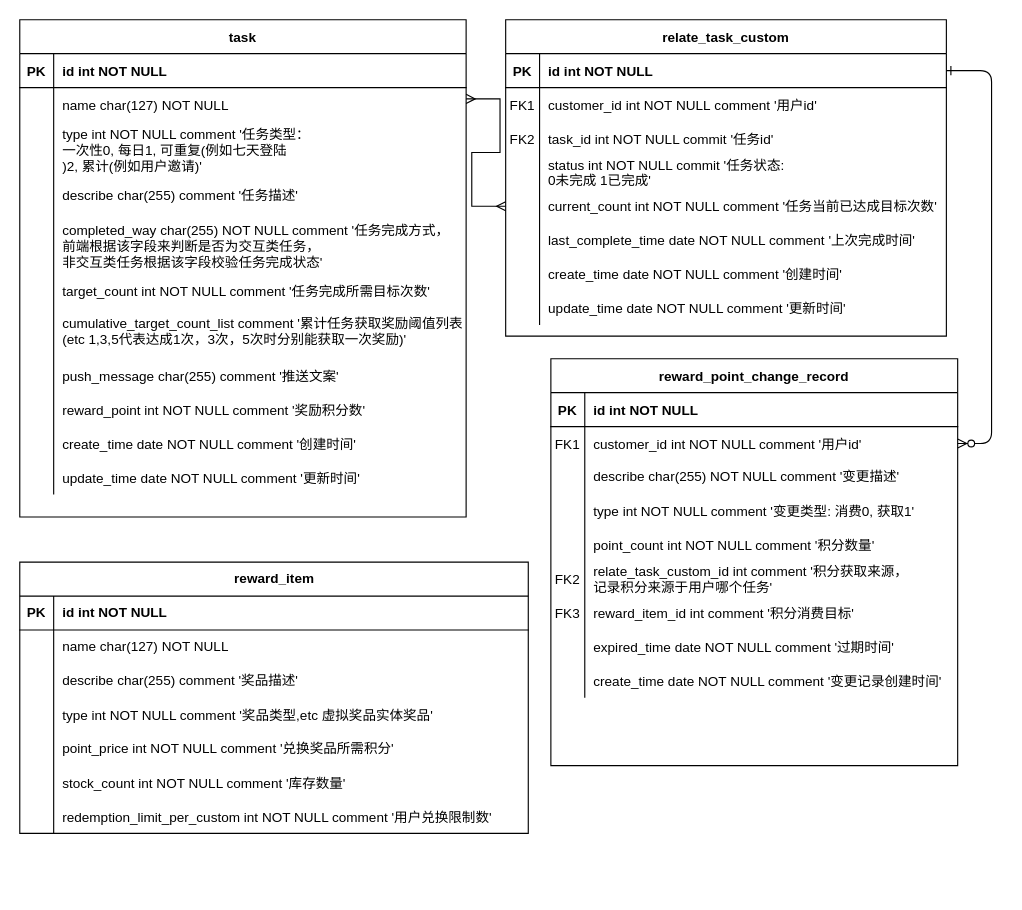
wangzuo2023/testCI keeps this draw.io diagram as 未命名绘图.drawio. Above is the earlier version. Source tidied: cells renumbered, new cells numbered last; positions are measured from the earlier drawing's top-left corner, leaving out a move shared by most shapes. Both pictures are drawn from the tidied source at 113%, with x=0, y=0 at pixel (19, 19).
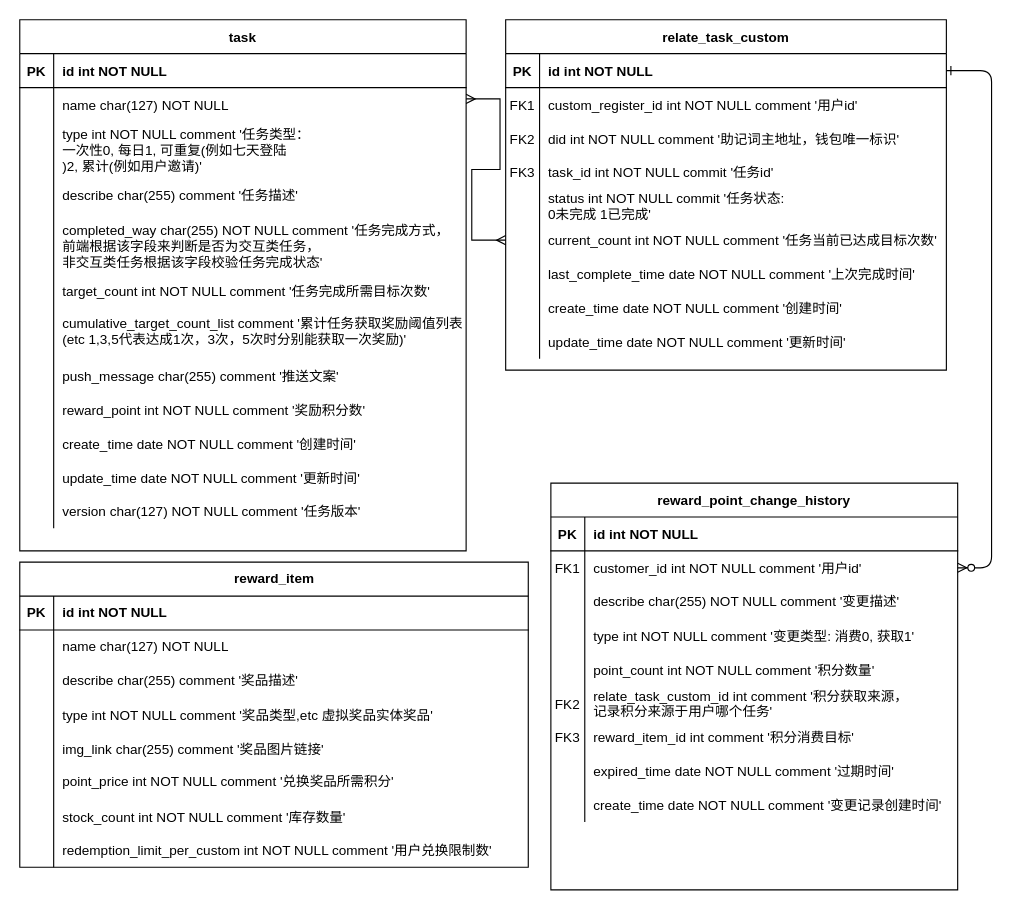
After the change.

Commit message:
更新未命名绘图.drawio

The change refers to these unchanged cells:
```xml
<mxCell id="7" style="shape=partialRectangle;fillColor=none;top=0;left=0;right=0;bottom=0;" parent="3" vertex="1">
  <mxGeometry y="60" width="390" height="30" as="geometry" />
</mxCell>
```

Diff of the diagram source:
```diff
@@
     <mxCell id="3" value="relate_task_custom" style="shape=table;startSize=30;childLayout=tableLayout;rowLines=0;fontStyle=1;align=center;" parent="1" vertex="1">
-      <mxGeometry x="430" width="390" height="280" as="geometry" />
+      <mxGeometry x="430" width="390" height="310" as="geometry" />
     </mxCell>
@@
-    <mxCell id="9" value="customer_id int NOT NULL comment '用户id'" style="shape=partialRectangle;overflow=hidden;fillColor=none;top=0;left=0;bottom=0;right=0;align=left;spacingLeft=6;" parent="7" vertex="1">
+    <mxCell id="9" value="custom_register_id int NOT NULL comment '用户id'" style="shape=partialRectangle;overflow=hidden;fillColor=none;top=0;left=0;bottom=0;right=0;align=left;spacingLeft=6;" parent="7" vertex="1">
       <mxGeometry x="30" width="360" height="30" as="geometry" />
     </mxCell>
+    <mxCell id="113" style="shape=tableRow;horizontal=0;startSize=0;swimlaneHead=0;swimlaneBody=0;fillColor=none;top=0;left=0;right=0;bottom=0;" parent="3" vertex="1">
+      <mxGeometry y="90" width="390" height="30" as="geometry" />
+    </mxCell>
+    <mxCell id="114" value="FK2" style="shape=partialRectangle;fillColor=none;top=0;left=0;bottom=0;right=0;overflow=hidden;" parent="113" vertex="1">
+      <mxGeometry width="30" height="30" as="geometry" />
+    </mxCell>
+    <mxCell id="115" value="did int NOT NULL comment '助记词主地址，钱包唯一标识'" style="shape=partialRectangle;fillColor=none;top=0;left=0;bottom=0;right=0;align=left;spacingLeft=6;overflow=hidden;" parent="113" vertex="1">
+      <mxGeometry x="30" width="360" height="30" as="geometry" />
+    </mxCell>
     <mxCell id="10" style="shape=partialRectangle;fillColor=none;top=0;left=0;right=0;bottom=0;" parent="3" vertex="1">
-      <mxGeometry y="90" width="390" height="30" as="geometry" />
+      <mxGeometry y="120" width="390" height="30" as="geometry" />
     </mxCell>
-    <mxCell id="11" value="FK2" style="shape=partialRectangle;overflow=hidden;fillColor=none;top=0;left=0;bottom=0;right=0;" parent="10" vertex="1">
+    <mxCell id="11" value="FK3" style="shape=partialRectangle;overflow=hidden;fillColor=none;top=0;left=0;bottom=0;right=0;" parent="10" vertex="1">
       <mxGeometry width="30" height="30" as="geometry" />
     </mxCell>
@@
     <mxCell id="13" style="shape=tableRow;horizontal=0;startSize=0;swimlaneHead=0;swimlaneBody=0;fillColor=none;top=0;left=0;right=0;bottom=0;" parent="3" vertex="1">
-      <mxGeometry y="120" width="390" height="30" as="geometry" />
+      <mxGeometry y="150" width="390" height="30" as="geometry" />
     </mxCell>
@@
     <mxCell id="16" style="shape=tableRow;horizontal=0;startSize=0;swimlaneHead=0;swimlaneBody=0;fillColor=none;points=[[0,0.5],[1,0.5]];portConstraint=eastwest;top=0;left=0;right=0;bottom=0;" parent="3" vertex="1">
-      <mxGeometry y="150" width="390" height="30" as="geometry" />
+      <mxGeometry y="180" width="390" height="30" as="geometry" />
     </mxCell>
@@
     <mxCell id="19" style="shape=tableRow;horizontal=0;startSize=0;swimlaneHead=0;swimlaneBody=0;fillColor=none;top=0;left=0;right=0;bottom=0;" parent="3" vertex="1">
-      <mxGeometry y="180" width="390" height="30" as="geometry" />
+      <mxGeometry y="210" width="390" height="30" as="geometry" />
     </mxCell>
@@
     <mxCell id="22" style="shape=tableRow;horizontal=0;startSize=0;swimlaneHead=0;swimlaneBody=0;fillColor=none;top=0;left=0;right=0;bottom=0;" parent="3" vertex="1">
-      <mxGeometry y="210" width="390" height="30" as="geometry" />
+      <mxGeometry y="240" width="390" height="30" as="geometry" />
     </mxCell>
@@
     <mxCell id="25" style="shape=tableRow;horizontal=0;startSize=0;swimlaneHead=0;swimlaneBody=0;fillColor=none;top=0;left=0;right=0;bottom=0;" parent="3" vertex="1">
-      <mxGeometry y="240" width="390" height="30" as="geometry" />
+      <mxGeometry y="270" width="390" height="30" as="geometry" />
     </mxCell>
@@
-    <mxCell id="28" value="reward_point_change_record" style="shape=table;startSize=30;childLayout=tableLayout;rowLines=0;fontStyle=1;align=center;" parent="1" vertex="1">
-      <mxGeometry x="470" y="300" width="360" height="360" as="geometry" />
+    <mxCell id="28" value="reward_point_change_history" style="shape=table;startSize=30;childLayout=tableLayout;rowLines=0;fontStyle=1;align=center;" parent="1" vertex="1">
+      <mxGeometry x="470" y="410" width="360" height="360" as="geometry" />
     </mxCell>
@@
     <mxCell id="56" value="task" style="shape=table;startSize=30;childLayout=tableLayout;rowLines=0;fontStyle=1;align=center;" parent="1" vertex="1">
-      <mxGeometry width="395" height="440" as="geometry" />
+      <mxGeometry width="395" height="470" as="geometry" />
     </mxCell>
@@
+    <mxCell id="116" style="shape=tableRow;horizontal=0;startSize=0;swimlaneHead=0;swimlaneBody=0;fillColor=none;top=0;left=0;right=0;bottom=0;" parent="56" vertex="1">
+      <mxGeometry y="420" width="395" height="30" as="geometry" />
+    </mxCell>
+    <mxCell id="117" style="shape=partialRectangle;fillColor=none;top=0;left=0;bottom=0;right=0;overflow=hidden;" parent="116" vertex="1">
+      <mxGeometry width="30" height="30" as="geometry" />
+    </mxCell>
+    <mxCell id="118" value="version char(127) NOT NULL comment '任务版本'" style="shape=partialRectangle;fillColor=none;top=0;left=0;bottom=0;right=0;align=left;spacingLeft=6;overflow=hidden;" parent="116" vertex="1">
+      <mxGeometry x="30" width="365" height="30" as="geometry" />
+    </mxCell>
     <mxCell id="90" value="reward_item" style="shape=table;startSize=30;childLayout=tableLayout;rowLines=0;fontStyle=1;align=center;html=1;strokeColor=default;" parent="1" vertex="1">
-      <mxGeometry y="480" width="450" height="240" as="geometry" />
+      <mxGeometry y="480" width="450" height="270" as="geometry" />
     </mxCell>
@@
+    <mxCell id="119" style="shape=tableRow;horizontal=0;startSize=0;swimlaneHead=0;swimlaneBody=0;fillColor=none;top=0;left=0;right=0;bottom=0;" parent="90" vertex="1">
+      <mxGeometry y="150" width="450" height="30" as="geometry" />
+    </mxCell>
+    <mxCell id="120" style="shape=partialRectangle;fillColor=none;top=0;left=0;bottom=0;right=0;overflow=hidden;" parent="119" vertex="1">
+      <mxGeometry width="30" height="30" as="geometry" />
+    </mxCell>
+    <mxCell id="121" value="img_link char(255) comment '奖品图片链接'" style="shape=partialRectangle;fillColor=none;top=0;left=0;bottom=0;right=0;align=left;spacingLeft=6;overflow=hidden;" parent="119" vertex="1">
+      <mxGeometry x="30" width="420" height="30" as="geometry" />
+    </mxCell>
     <mxCell id="103" style="shape=tableRow;horizontal=0;startSize=0;swimlaneHead=0;swimlaneBody=0;fillColor=none;top=0;left=0;right=0;bottom=0;" parent="90" vertex="1">
-      <mxGeometry y="150" width="450" height="30" as="geometry" />
+      <mxGeometry y="180" width="450" height="30" as="geometry" />
     </mxCell>
@@
     <mxCell id="106" style="shape=tableRow;horizontal=0;startSize=0;swimlaneHead=0;swimlaneBody=0;fillColor=none;top=0;left=0;right=0;bottom=0;" parent="90" vertex="1">
-      <mxGeometry y="180" width="450" height="30" as="geometry" />
+      <mxGeometry y="210" width="450" height="30" as="geometry" />
     </mxCell>
@@
     <mxCell id="109" style="shape=tableRow;horizontal=0;startSize=0;swimlaneHead=0;swimlaneBody=0;fillColor=none;top=0;left=0;right=0;bottom=0;" parent="90" vertex="1">
-      <mxGeometry y="210" width="450" height="30" as="geometry" />
+      <mxGeometry y="240" width="450" height="30" as="geometry" />
     </mxCell>
```
